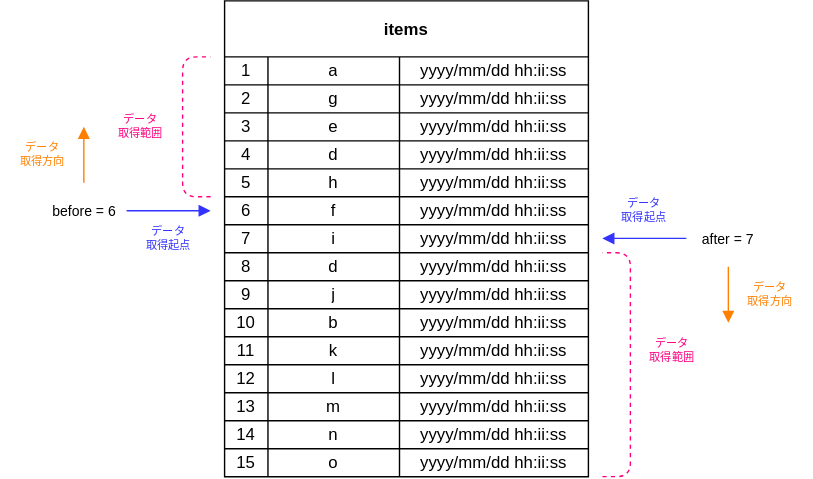
Before: pages/schema/_drawio/relay.cursor.connection.before-after-only.drawio.svg, a diagram exported from draw.io (hazuki3417/memoria-design). Source tidied: cells renumbered, new cells last; positions are measured from the earlier drawing's top-left corner, leaving out a move shared by most shapes.
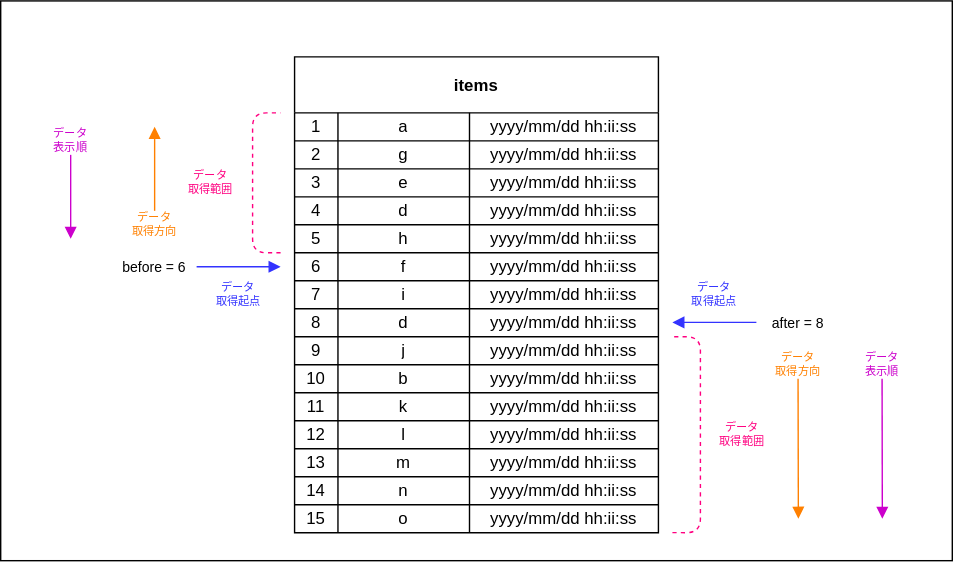
After the change.

Commit message:
fix: relay cursor connectionの情報を修正

Change to the diagram source:
```diff
@@ -1,6 +1,10 @@
 <mxGraphModel>
   <root>
     <mxCell id="0" />
+    <mxCell id="77" value="art-work" parent="0" />
+    <mxCell id="78" style="rounded=0;whiteSpace=wrap;html=1;strokeWidth=1;" parent="77" vertex="1">
+      <mxGeometry x="-50" y="-40" width="680" height="400" as="geometry" />
+    </mxCell>
     <mxCell id="1" value="elem" parent="0" />
     <mxCell id="2" value="items" style="shape=table;startSize=40;fontStyle=1;align=center;" parent="1" vertex="1">
       <mxGeometry x="160" width="260" height="340" as="geometry" />
@@ -188,8 +192,8 @@
     <mxCell id="63" value="before = 6" style="text;html=1;strokeColor=none;fillColor=none;align=center;verticalAlign=middle;whiteSpace=wrap;rounded=0;fontSize=10;fontColor=#000000;" parent="1" vertex="1">
       <mxGeometry x="30" y="140" width="60" height="20" as="geometry" />
     </mxCell>
-    <mxCell id="64" value="after = 7" style="text;html=1;strokeColor=none;fillColor=none;align=center;verticalAlign=middle;whiteSpace=wrap;rounded=0;fontSize=10;fontColor=#000000;" parent="1" vertex="1">
-      <mxGeometry x="490" y="160" width="60" height="20" as="geometry" />
+    <mxCell id="64" value="after = 8" style="text;html=1;strokeColor=none;fillColor=none;align=center;verticalAlign=middle;whiteSpace=wrap;rounded=0;fontSize=10;fontColor=#000000;" parent="1" vertex="1">
+      <mxGeometry x="490" y="180" width="60" height="20" as="geometry" />
     </mxCell>
     <mxCell id="65" style="endArrow=block;html=1;endFill=1;strokeColor=#3333FF;" parent="1" edge="1">
       <mxGeometry relative="1" as="geometry">
@@ -199,30 +203,29 @@
     </mxCell>
     <mxCell id="66" style="endArrow=block;html=1;endFill=1;strokeColor=#3333FF;" parent="1" edge="1">
       <mxGeometry relative="1" as="geometry">
-        <mxPoint x="490" y="169.7" as="sourcePoint" />
-        <mxPoint x="430" y="169.7" as="targetPoint" />
+        <mxPoint x="490" y="189.7" as="sourcePoint" />
+        <mxPoint x="430" y="189.7" as="targetPoint" />
       </mxGeometry>
     </mxCell>
-    <mxCell id="67" style="endArrow=block;html=1;endFill=1;strokeColor=#FF8000;" parent="1" edge="1">
+    <mxCell id="67" style="endArrow=block;html=1;endFill=1;strokeColor=#FF8000;exitX=0.5;exitY=0;exitDx=0;exitDy=0;" parent="1" edge="1" source="72">
       <mxGeometry relative="1" as="geometry">
-        <mxPoint x="59.4" y="130" as="sourcePoint" />
-        <mxPoint x="59.4" y="90" as="targetPoint" />
+        <mxPoint x="60" y="50" as="targetPoint" />
       </mxGeometry>
     </mxCell>
     <mxCell id="68" style="endArrow=block;html=1;endFill=1;strokeColor=#FF8000;" parent="1" edge="1">
       <mxGeometry relative="1" as="geometry">
-        <mxPoint x="520" y="190" as="sourcePoint" />
-        <mxPoint x="520" y="230" as="targetPoint" />
+        <mxPoint x="519.8" y="230" as="sourcePoint" />
+        <mxPoint x="520" y="330" as="targetPoint" />
       </mxGeometry>
     </mxCell>
     <mxCell id="69" style="endArrow=none;dashed=1;html=1;edgeStyle=orthogonalEdgeStyle;strokeColor=#FF0080;" parent="1" edge="1">
       <mxGeometry relative="1" as="geometry">
         <mxPoint x="430" y="340" as="sourcePoint" />
-        <mxPoint x="430" y="180" as="targetPoint" />
+        <mxPoint x="430" y="200" as="targetPoint" />
         <Array as="points">
           <mxPoint x="450" y="340" />
-          <mxPoint x="450" y="180" />
-          <mxPoint x="430" y="180" />
+          <mxPoint x="450" y="200" />
+          <mxPoint x="430" y="200" />
         </Array>
       </mxGeometry>
     </mxCell>
@@ -237,22 +240,40 @@
       </mxGeometry>
     </mxCell>
     <mxCell id="71" value="データ&lt;br style=&quot;font-size: 8px;&quot;&gt;取得方向" style="text;html=1;strokeColor=none;fillColor=none;align=center;verticalAlign=middle;whiteSpace=wrap;rounded=0;fontSize=8;fontColor=#FF8000;" parent="1" vertex="1">
-      <mxGeometry x="520" y="200" width="60" height="20" as="geometry" />
+      <mxGeometry x="490" y="210" width="60" height="20" as="geometry" />
     </mxCell>
     <mxCell id="72" value="データ&lt;br style=&quot;font-size: 8px;&quot;&gt;取得方向" style="text;html=1;strokeColor=none;fillColor=none;align=center;verticalAlign=middle;whiteSpace=wrap;rounded=0;fontSize=8;fontColor=#FF8000;" parent="1" vertex="1">
-      <mxGeometry y="100.1" width="60" height="20" as="geometry" />
+      <mxGeometry x="30" y="110" width="60" height="20" as="geometry" />
     </mxCell>
     <mxCell id="73" value="データ&lt;br style=&quot;font-size: 8px;&quot;&gt;取得起点" style="text;html=1;strokeColor=none;fillColor=none;align=center;verticalAlign=middle;whiteSpace=wrap;rounded=0;fontSize=8;fontColor=#3333FF;" parent="1" vertex="1">
-      <mxGeometry x="430" y="140" width="60" height="20" as="geometry" />
+      <mxGeometry x="430" y="160" width="60" height="20" as="geometry" />
     </mxCell>
     <mxCell id="74" value="データ&lt;br style=&quot;font-size: 8px;&quot;&gt;取得起点" style="text;html=1;strokeColor=none;fillColor=none;align=center;verticalAlign=middle;whiteSpace=wrap;rounded=0;fontSize=8;fontColor=#3333FF;" parent="1" vertex="1">
       <mxGeometry x="90" y="160" width="60" height="20" as="geometry" />
     </mxCell>
     <mxCell id="75" value="データ&lt;br style=&quot;font-size: 8px;&quot;&gt;取得範囲" style="text;html=1;strokeColor=none;fillColor=none;align=center;verticalAlign=middle;whiteSpace=wrap;rounded=0;fontSize=8;fontColor=#FF0080;" parent="1" vertex="1">
-      <mxGeometry x="450" y="240" width="60" height="20" as="geometry" />
+      <mxGeometry x="450" y="260" width="60" height="20" as="geometry" />
     </mxCell>
     <mxCell id="76" value="データ&lt;br style=&quot;font-size: 8px;&quot;&gt;取得範囲" style="text;html=1;strokeColor=none;fillColor=none;align=center;verticalAlign=middle;whiteSpace=wrap;rounded=0;fontSize=8;fontColor=#FF0080;" parent="1" vertex="1">
       <mxGeometry x="70" y="80" width="60" height="20" as="geometry" />
     </mxCell>
+    <mxCell id="79" style="endArrow=block;html=1;endFill=1;strokeColor=#CC00CC;" parent="1" edge="1">
+      <mxGeometry relative="1" as="geometry">
+        <mxPoint y="70" as="sourcePoint" />
+        <mxPoint y="130" as="targetPoint" />
+      </mxGeometry>
+    </mxCell>
+    <mxCell id="80" value="データ&lt;br style=&quot;font-size: 8px;&quot;&gt;表示順" style="text;html=1;strokeColor=none;fillColor=none;align=center;verticalAlign=middle;whiteSpace=wrap;rounded=0;fontSize=8;fontColor=#CC00CC;" parent="1" vertex="1">
+      <mxGeometry x="-30" y="50" width="60" height="20" as="geometry" />
+    </mxCell>
+    <mxCell id="81" style="endArrow=block;html=1;endFill=1;strokeColor=#CC00CC;" parent="1" edge="1">
+      <mxGeometry relative="1" as="geometry">
+        <mxPoint x="579.8" y="230" as="sourcePoint" />
+        <mxPoint x="580" y="330" as="targetPoint" />
+      </mxGeometry>
+    </mxCell>
+    <mxCell id="82" value="データ&lt;br style=&quot;font-size: 8px;&quot;&gt;表示順" style="text;html=1;strokeColor=none;fillColor=none;align=center;verticalAlign=middle;whiteSpace=wrap;rounded=0;fontSize=8;fontColor=#CC00CC;" parent="1" vertex="1">
+      <mxGeometry x="550" y="210" width="60" height="20" as="geometry" />
+    </mxCell>
   </root>
 </mxGraphModel>
```
